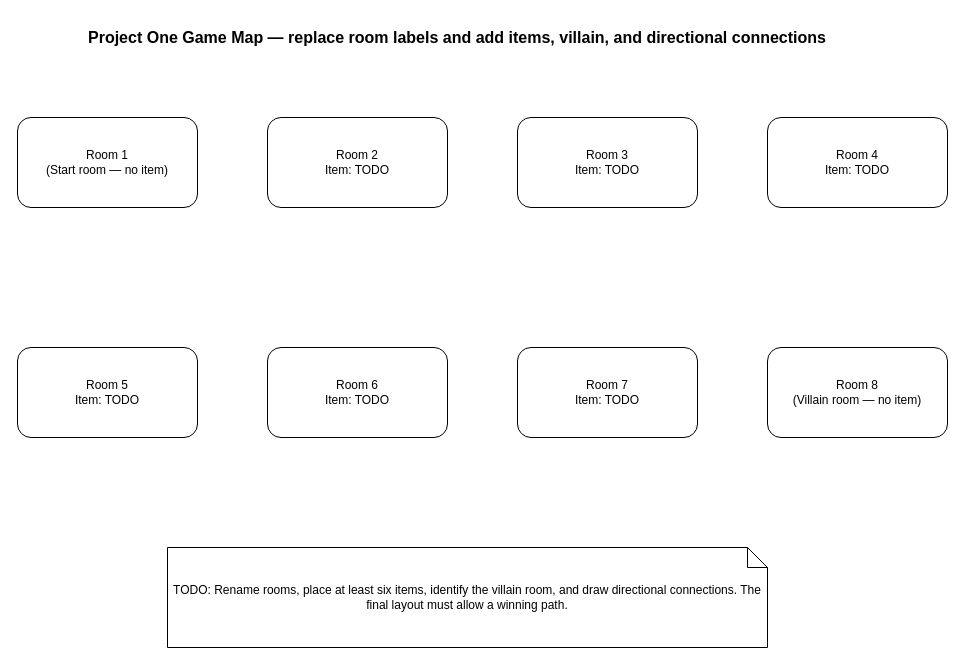
Above: design/game_map.drawio in suttonbehie/project-part-one (draw.io), before the change. Source tidied: cells renumbered, new cells numbered last; positions are measured from the earlier drawing's top-left corner, leaving out a move shared by most shapes. Both pictures are drawn from the tidied source at 100%, with x=0, y=0 at pixel (17, 17).
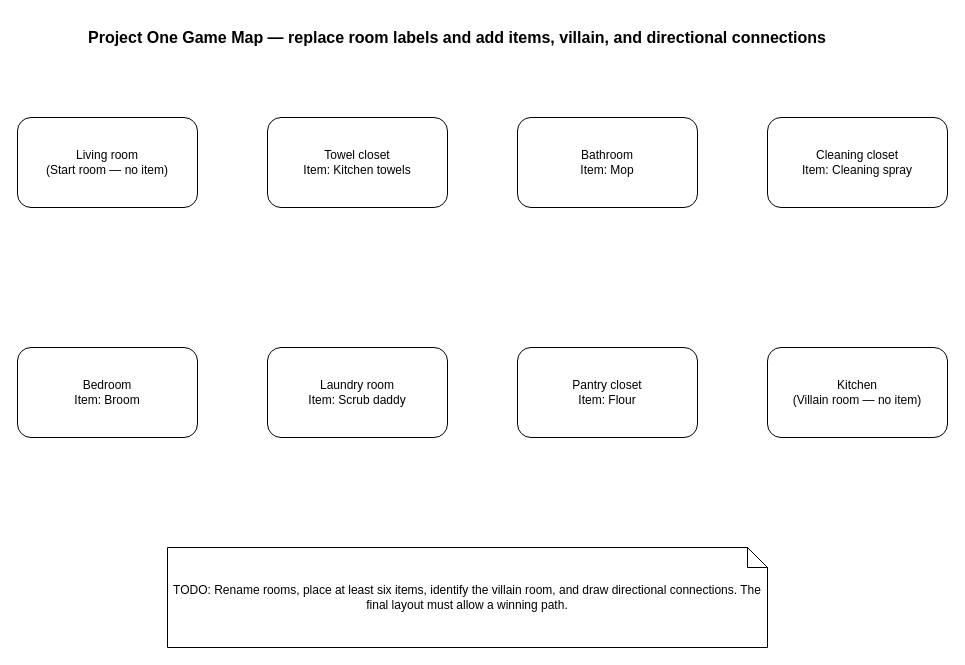
Above is the later version.

Commit message:
Revise game map with new room names and items

Updated room labels and added items to the game map.

Change to the diagram source:
```diff
@@
 <mxGraphModel>
   <root>
     <mxCell id="0" />
     <mxCell id="1" parent="0" />
     <mxCell id="2" value="Project One Game Map — replace room labels and add items, villain, and directional connections" style="text;html=1;align=center;verticalAlign=middle;whiteSpace=wrap;rounded=0;fontStyle=1;fontSize=16;" parent="1" vertex="1">
       <mxGeometry x="50" width="780" height="40" as="geometry" />
     </mxCell>
-    <mxCell id="3" value="Room 1&#10;(Start room — no item)" style="rounded=1;whiteSpace=wrap;html=1;" parent="1" vertex="1">
+    <mxCell id="3" value="Living room&#10;(Start room — no item)" style="rounded=1;whiteSpace=wrap;html=1;" parent="1" vertex="1">
       <mxGeometry y="100" width="180" height="90" as="geometry" />
     </mxCell>
-    <mxCell id="4" value="Room 2&#10;Item: TODO" style="rounded=1;whiteSpace=wrap;html=1;" parent="1" vertex="1">
+    <mxCell id="4" value="Towel closet&#10;Item: Kitchen towels" style="rounded=1;whiteSpace=wrap;html=1;" parent="1" vertex="1">
       <mxGeometry x="250" y="100" width="180" height="90" as="geometry" />
     </mxCell>
-    <mxCell id="5" value="Room 3&#10;Item: TODO" style="rounded=1;whiteSpace=wrap;html=1;" parent="1" vertex="1">
+    <mxCell id="5" value="Bathroom&#10;Item: Mop" style="rounded=1;whiteSpace=wrap;html=1;" parent="1" vertex="1">
       <mxGeometry x="500" y="100" width="180" height="90" as="geometry" />
     </mxCell>
-    <mxCell id="6" value="Room 4&#10;Item: TODO" style="rounded=1;whiteSpace=wrap;html=1;" parent="1" vertex="1">
+    <mxCell id="6" value="Cleaning closet&#10;Item: Cleaning spray" style="rounded=1;whiteSpace=wrap;html=1;" parent="1" vertex="1">
       <mxGeometry x="750" y="100" width="180" height="90" as="geometry" />
     </mxCell>
-    <mxCell id="7" value="Room 5&#10;Item: TODO" style="rounded=1;whiteSpace=wrap;html=1;" parent="1" vertex="1">
+    <mxCell id="7" value="Bedroom&#10;Item: Broom" style="rounded=1;whiteSpace=wrap;html=1;" parent="1" vertex="1">
       <mxGeometry y="330" width="180" height="90" as="geometry" />
     </mxCell>
-    <mxCell id="8" value="Room 6&#10;Item: TODO" style="rounded=1;whiteSpace=wrap;html=1;" parent="1" vertex="1">
+    <mxCell id="8" value="Laundry room&#10;Item: Scrub daddy" style="rounded=1;whiteSpace=wrap;html=1;" parent="1" vertex="1">
       <mxGeometry x="250" y="330" width="180" height="90" as="geometry" />
     </mxCell>
-    <mxCell id="9" value="Room 7&#10;Item: TODO" style="rounded=1;whiteSpace=wrap;html=1;" parent="1" vertex="1">
+    <mxCell id="9" value="Pantry closet&#10;Item: Flour" style="rounded=1;whiteSpace=wrap;html=1;" parent="1" vertex="1">
       <mxGeometry x="500" y="330" width="180" height="90" as="geometry" />
     </mxCell>
-    <mxCell id="10" value="Room 8&#10;(Villain room — no item)" style="rounded=1;whiteSpace=wrap;html=1;" parent="1" vertex="1">
+    <mxCell id="10" value="Kitchen&#10;(Villain room — no item)" style="rounded=1;whiteSpace=wrap;html=1;" parent="1" vertex="1">
       <mxGeometry x="750" y="330" width="180" height="90" as="geometry" />
     </mxCell>
     <mxCell id="11" value="TODO: Rename rooms, place at least six items, identify the villain room, and draw directional connections. The final layout must allow a winning path." style="shape=note;whiteSpace=wrap;html=1;size=20;" parent="1" vertex="1">
       <mxGeometry x="150" y="530" width="600" height="100" as="geometry" />
     </mxCell>
   </root>
 </mxGraphModel>
```
